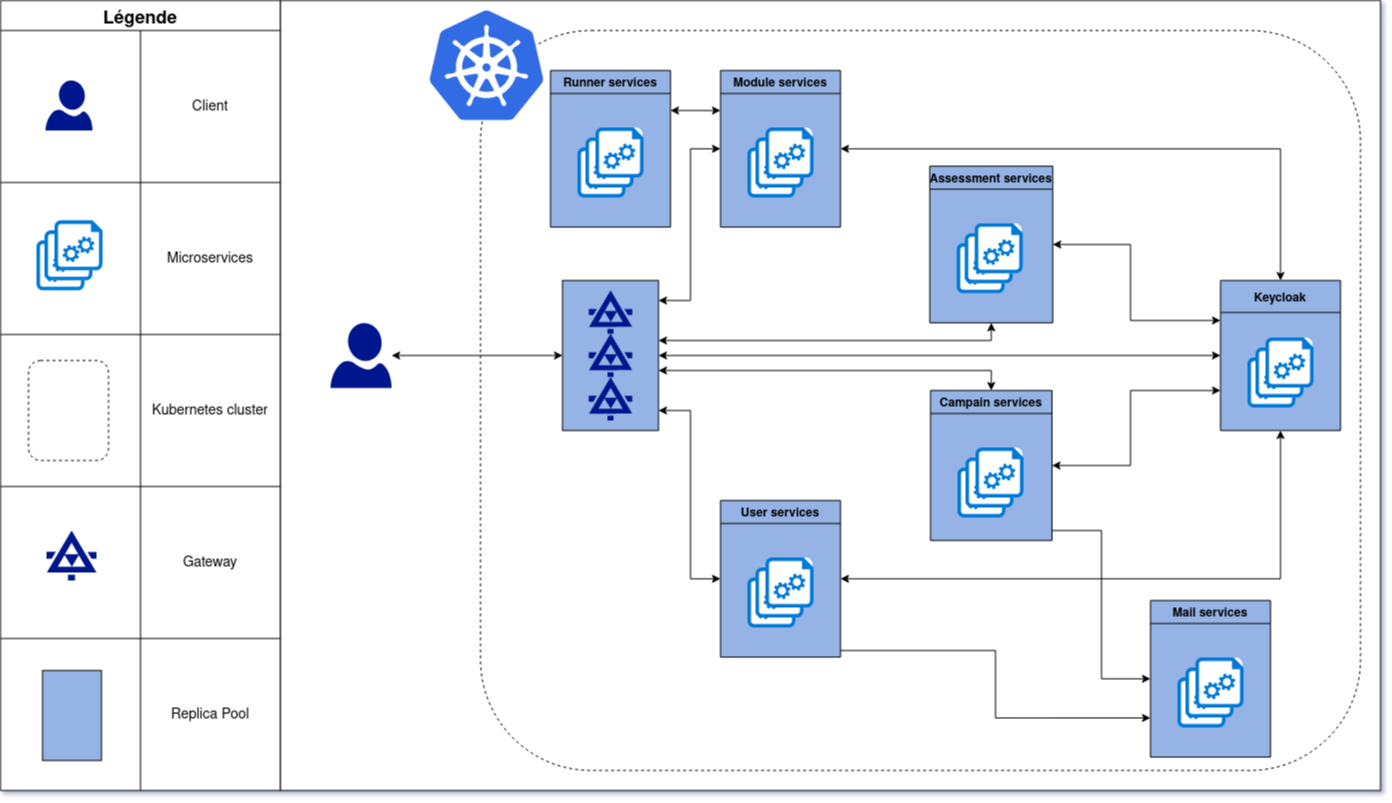
Earlier version of the draw.io export images/q1_architecture.png (WoodenMaiden/rapport_polycode). Source tidied: cells renumbered, new cells last; positions are measured from the earlier drawing's top-left corner, leaving out a move shared by most shapes.
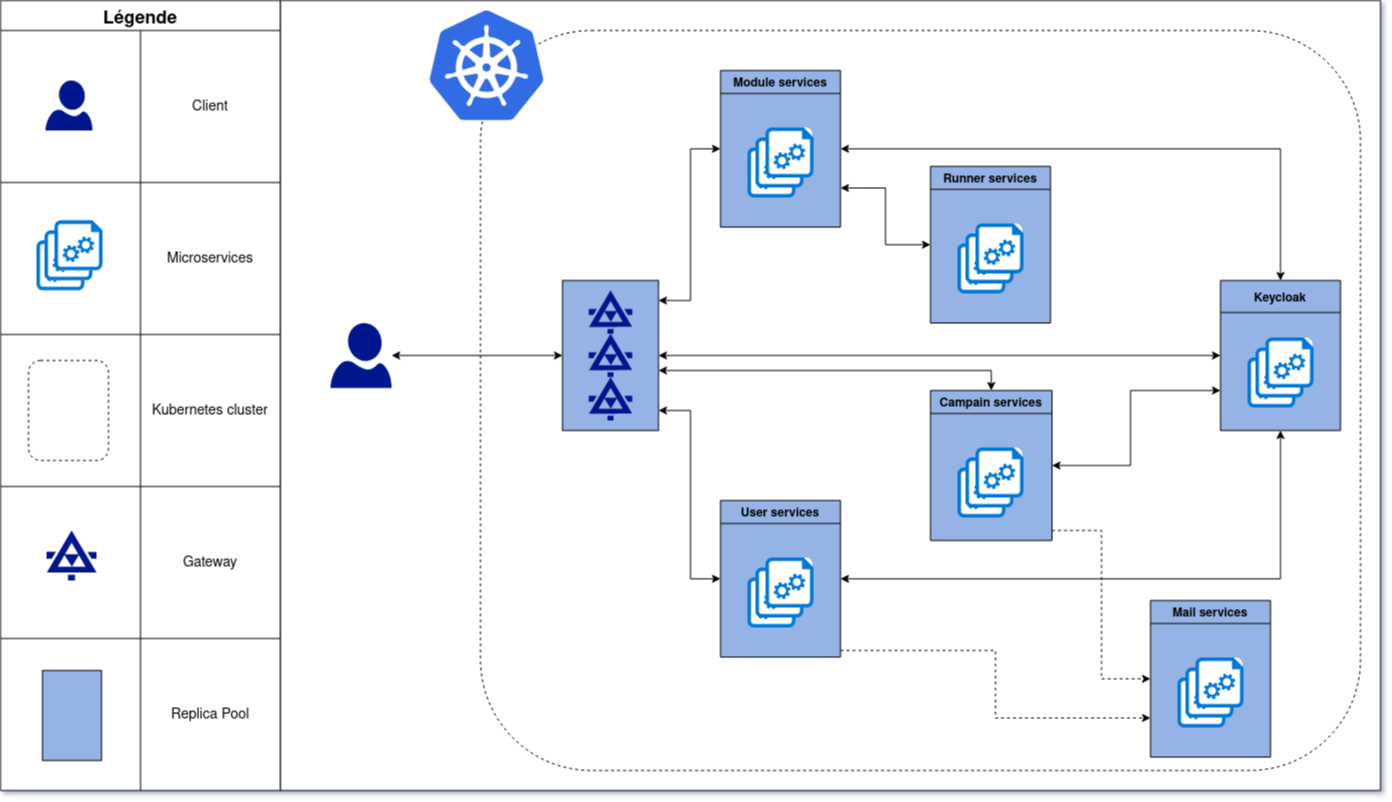
After the change.

The edit, as a diff of the source:
```diff
@@ -112,13 +112,6 @@
         </Array>
       </mxGeometry>
     </mxCell>
-    <mxCell id="34" style="edgeStyle=orthogonalEdgeStyle;rounded=0;jettySize=auto;html=1;entryX=0.5;entryY=1;entryDx=0;entryDy=0;startArrow=classic;startFill=1;" parent="1" edge="1" source="36" target="66">
-      <mxGeometry relative="1" as="geometry">
-        <Array as="points">
-          <mxPoint x="991" y="340" />
-        </Array>
-      </mxGeometry>
-    </mxCell>
     <mxCell id="35" style="edgeStyle=orthogonalEdgeStyle;rounded=0;jettySize=auto;html=1;entryX=0;entryY=0.5;entryDx=0;entryDy=0;startArrow=classic;startFill=1;" parent="1" edge="1" source="36" target="41">
       <mxGeometry relative="1" as="geometry" />
     </mxCell>
@@ -185,7 +178,7 @@
     <mxCell id="56" style="edgeStyle=orthogonalEdgeStyle;rounded=0;jettySize=auto;html=1;entryX=0.5;entryY=1;entryDx=0;entryDy=0;startArrow=classic;startFill=1;" parent="1" edge="1" source="58" target="41">
       <mxGeometry relative="1" as="geometry" />
     </mxCell>
-    <mxCell id="57" style="edgeStyle=orthogonalEdgeStyle;rounded=0;jettySize=auto;html=1;entryX=0;entryY=0.75;entryDx=0;entryDy=0;" parent="1" edge="1" source="58" target="91">
+    <mxCell id="57" style="edgeStyle=orthogonalEdgeStyle;rounded=0;jettySize=auto;html=1;entryX=0;entryY=0.75;entryDx=0;entryDy=0;dashed=1;" parent="1" edge="1" source="58" target="91">
       <mxGeometry relative="1" as="geometry">
         <Array as="points">
           <mxPoint x="995" y="650" />
@@ -214,37 +207,6 @@
     <mxCell id="64" style="sketch=0;shadow=0;dashed=0;html=1;strokeColor=none;labelPosition=center;verticalLabelPosition=bottom;verticalAlign=top;align=center;shape=mxgraph.azure.startup_task;fillColor=#0078D7;" parent="58" vertex="1">
       <mxGeometry x="45" y="57" width="48" height="50" as="geometry" />
     </mxCell>
-    <mxCell id="65" style="edgeStyle=orthogonalEdgeStyle;rounded=0;jettySize=auto;html=1;startArrow=classic;startFill=1;" parent="1" edge="1" source="66">
-      <mxGeometry relative="1" as="geometry">
-        <mxPoint x="1220" y="320" as="targetPoint" />
-        <Array as="points">
-          <mxPoint x="1130" y="244" />
-          <mxPoint x="1130" y="320" />
-          <mxPoint x="1220" y="320" />
-        </Array>
-      </mxGeometry>
-    </mxCell>
-    <mxCell id="66" value="Assessment services" style="swimlane;fillColor=#95B3E4;swimlaneFillColor=#95B3E4;" parent="1" vertex="1">
-      <mxGeometry x="929.2" y="165.7" width="123" height="156.6" as="geometry" />
-    </mxCell>
-    <mxCell id="67" style="rounded=1;whiteSpace=wrap;html=1;fillColor=default;gradientColor=none;arcSize=15;strokeColor=none;" parent="66" vertex="1">
-      <mxGeometry x="29" y="77" width="46" height="50" as="geometry" />
-    </mxCell>
-    <mxCell id="68" style="sketch=0;shadow=0;dashed=0;html=1;strokeColor=none;labelPosition=center;verticalLabelPosition=bottom;verticalAlign=top;align=center;shape=mxgraph.azure.startup_task;fillColor=#0078D7;" parent="66" vertex="1">
-      <mxGeometry x="27" y="77" width="48" height="50" as="geometry" />
-    </mxCell>
-    <mxCell id="69" style="rounded=1;whiteSpace=wrap;html=1;fillColor=default;gradientColor=none;arcSize=15;strokeColor=none;" parent="66" vertex="1">
-      <mxGeometry x="36" y="67" width="46" height="50" as="geometry" />
-    </mxCell>
-    <mxCell id="70" style="sketch=0;shadow=0;dashed=0;html=1;strokeColor=none;labelPosition=center;verticalLabelPosition=bottom;verticalAlign=top;align=center;shape=mxgraph.azure.startup_task;fillColor=#0078D7;" parent="66" vertex="1">
-      <mxGeometry x="35" y="67" width="48" height="50" as="geometry" />
-    </mxCell>
-    <mxCell id="71" style="rounded=1;whiteSpace=wrap;html=1;fillColor=default;gradientColor=none;arcSize=15;strokeColor=none;" parent="66" vertex="1">
-      <mxGeometry x="46" y="57" width="46" height="50" as="geometry" />
-    </mxCell>
-    <mxCell id="72" style="sketch=0;shadow=0;dashed=0;html=1;strokeColor=none;labelPosition=center;verticalLabelPosition=bottom;verticalAlign=top;align=center;shape=mxgraph.azure.startup_task;fillColor=#0078D7;" parent="66" vertex="1">
-      <mxGeometry x="45" y="57" width="48" height="50" as="geometry" />
-    </mxCell>
     <mxCell id="73" style="edgeStyle=orthogonalEdgeStyle;rounded=0;jettySize=auto;html=1;startArrow=classic;startFill=1;" parent="1" edge="1" source="75">
       <mxGeometry relative="1" as="geometry">
         <mxPoint x="1220" y="390" as="targetPoint" />
@@ -255,7 +217,7 @@
         </Array>
       </mxGeometry>
     </mxCell>
-    <mxCell id="74" style="edgeStyle=orthogonalEdgeStyle;rounded=0;jettySize=auto;html=1;entryX=0;entryY=0.5;entryDx=0;entryDy=0;" parent="1" edge="1" source="75" target="91">
+    <mxCell id="74" style="edgeStyle=orthogonalEdgeStyle;rounded=0;jettySize=auto;html=1;entryX=0;entryY=0.5;entryDx=0;entryDy=0;dashed=1;" parent="1" edge="1" source="75" target="91">
       <mxGeometry relative="1" as="geometry">
         <Array as="points">
           <mxPoint x="1101" y="530" />
@@ -287,16 +249,11 @@
     <mxCell id="82" style="sketch=0;html=1;align=center;image;fontSize=12;image=img/lib/mscae/Kubernetes.svg;dashed=1;fillColor=none;" parent="1" vertex="1">
       <mxGeometry x="429" y="10" width="114.6" height="110" as="geometry" />
     </mxCell>
-    <mxCell id="83" style="edgeStyle=orthogonalEdgeStyle;rounded=0;jettySize=auto;html=1;startArrow=classic;startFill=1;" parent="1" edge="1" source="84">
-      <mxGeometry relative="1" as="geometry">
-        <mxPoint x="720" y="110" as="targetPoint" />
-        <Array as="points">
-          <mxPoint x="720" y="110" />
-        </Array>
-      </mxGeometry>
-    </mxCell>
+    <mxCell id="98" style="edgeStyle=orthogonalEdgeStyle;rounded=0;jettySize=auto;html=1;entryX=1;entryY=0.75;entryDx=0;entryDy=0;startArrow=classic;startFill=1;" parent="1" edge="1" source="84" target="49">
+      <mxGeometry relative="1" as="geometry" />
+    </mxCell>
     <mxCell id="84" value="Runner services" style="swimlane;fillColor=#95B3E4;swimlaneFillColor=#95B3E4;" parent="1" vertex="1">
-      <mxGeometry x="550" y="70" width="120" height="156.6" as="geometry" />
+      <mxGeometry x="930" y="165.9" width="120" height="156.6" as="geometry" />
     </mxCell>
     <mxCell id="85" style="rounded=1;whiteSpace=wrap;html=1;fillColor=default;gradientColor=none;arcSize=15;strokeColor=none;" parent="84" vertex="1">
       <mxGeometry x="29" y="77" width="46" height="50" as="geometry" />
```
